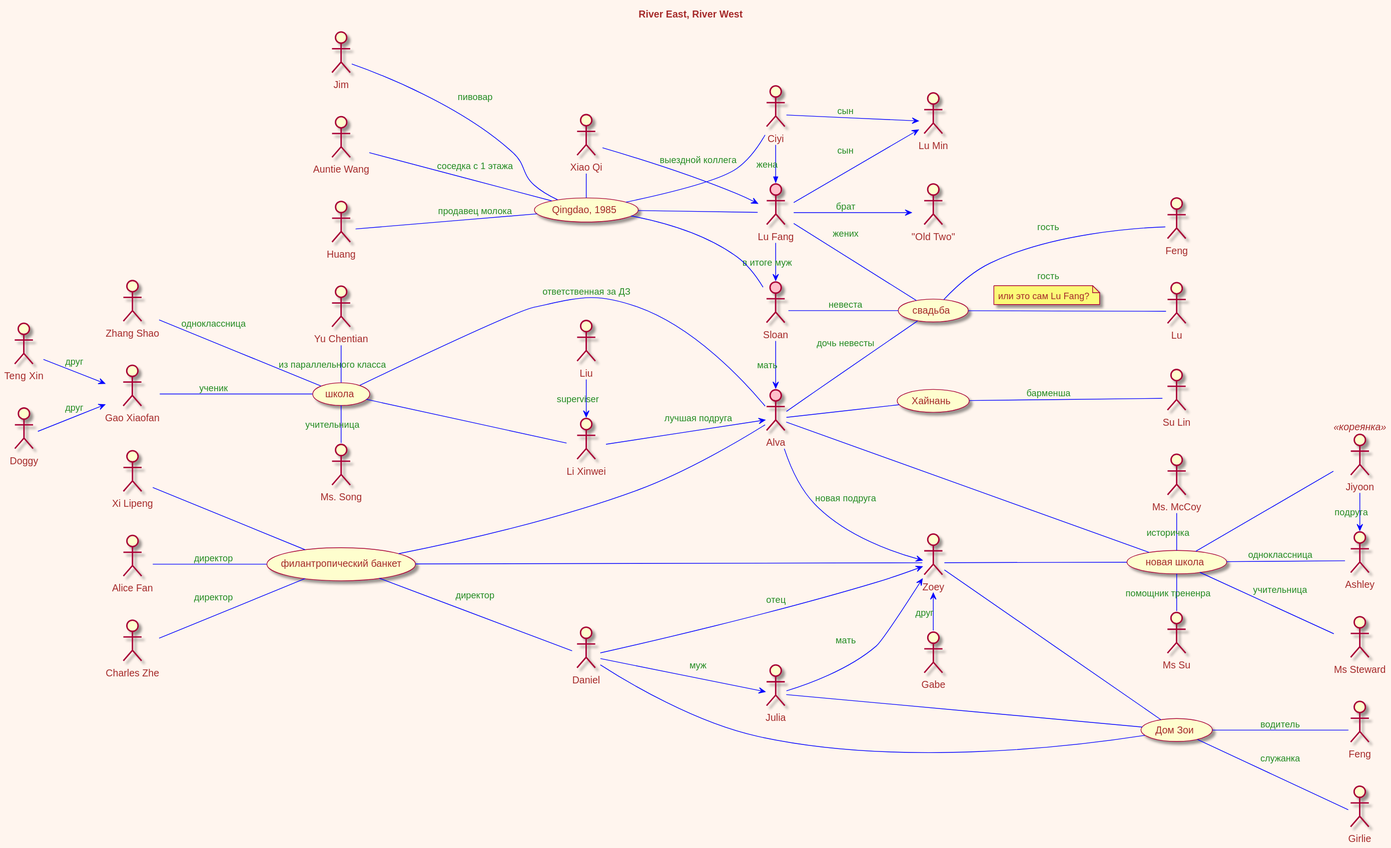
Above: River East, River West/river-River_East__River_West.svg in olek3/reading (PlantUML), before the change.
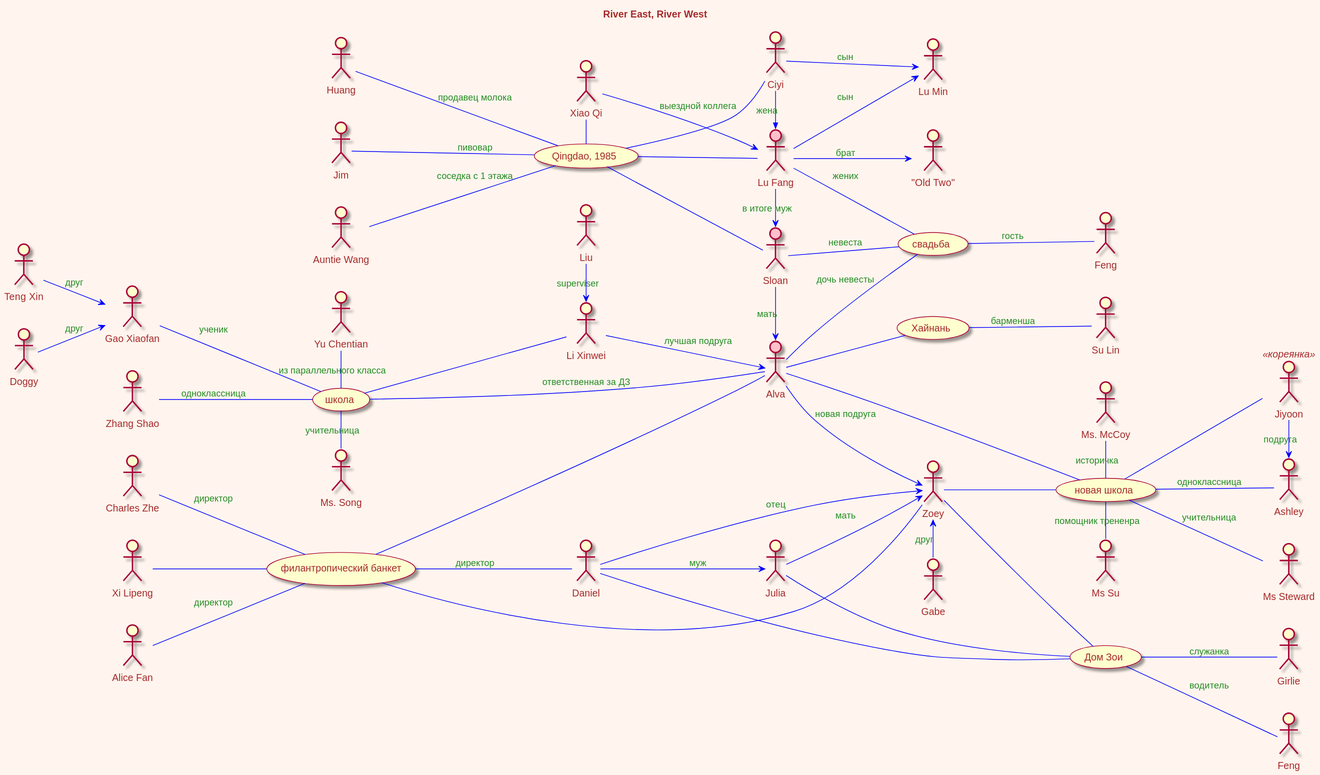
After the change.

Commit message:
да, это сам Lu Fang

Change to the diagram source:
```diff
@@ -29,9 +29,6 @@
 
 
 (свадьба) -- :Feng: : гость
-(свадьба) -- :Lu: : гость
-note on link : или это сам Lu Fang?
-
 
 
 Li --> Alva : лучшая подруга
```
